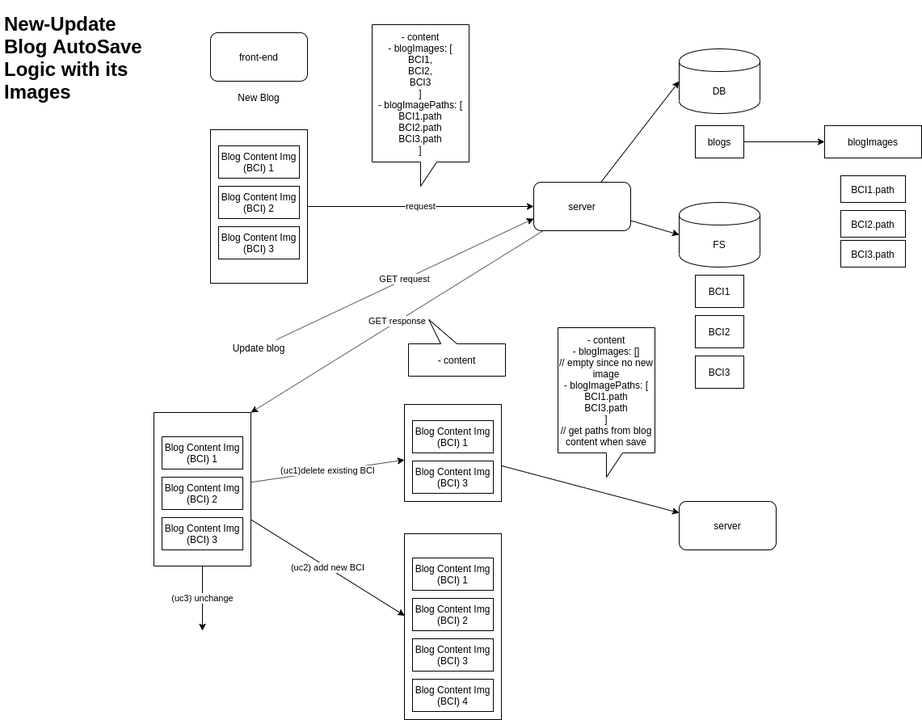
Above: AutoSave_New_Update_Blog_Logic.PNG in stsiwo/sts_blogs (draw.io), before the change. Source tidied: cells renumbered, new cells last; positions are measured from the earlier drawing's top-left corner, leaving out a move shared by most shapes.
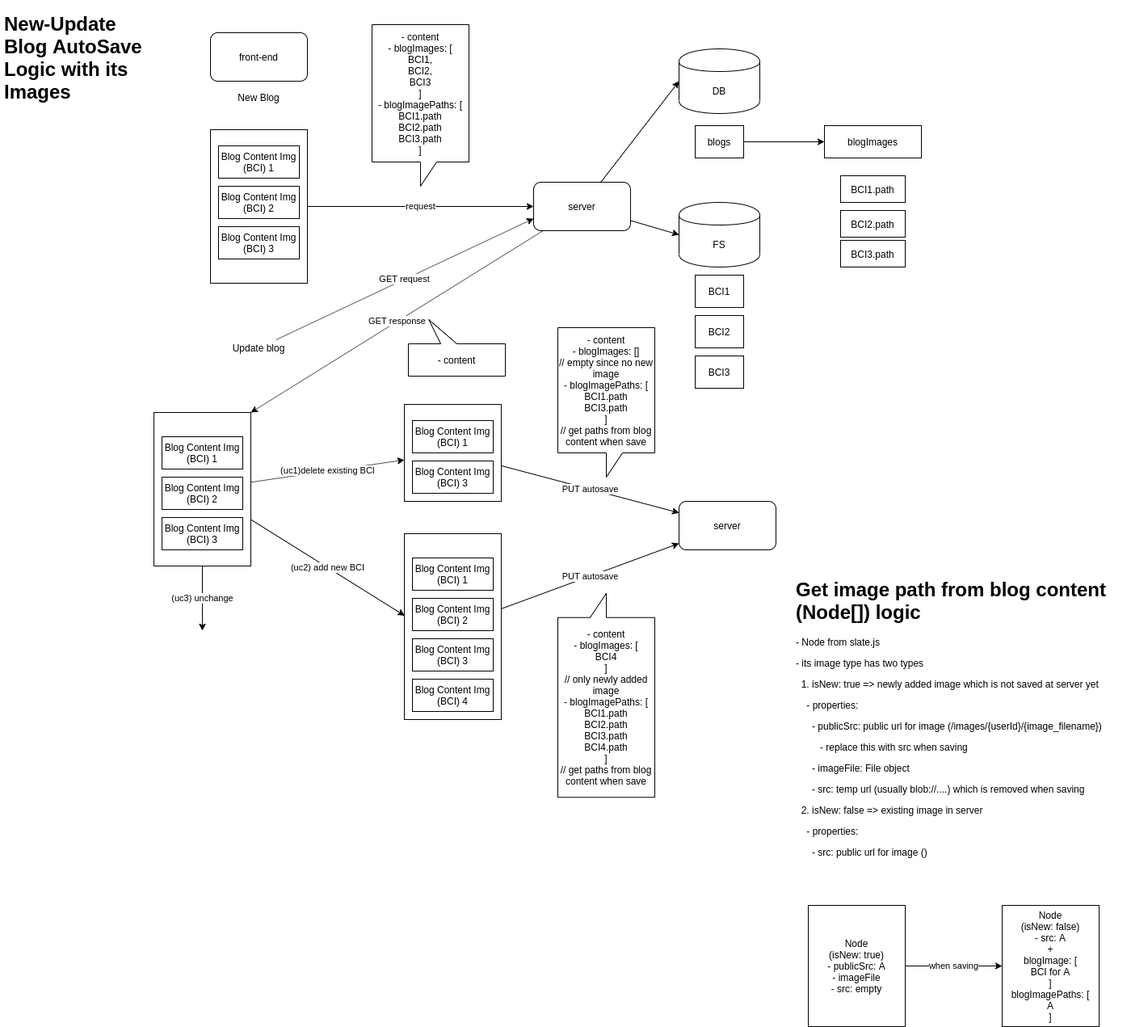
After the commit.

Diff of the diagram source:
```diff
@@ -97,7 +97,7 @@
     <mxCell id="32" style="rounded=0;whiteSpace=wrap;html=1;" parent="1" vertex="1">
       <mxGeometry x="190" y="500" width="120" height="190" as="geometry" />
     </mxCell>
-    <mxCell id="33" style="edgeStyle=none;rounded=0;jettySize=auto;html=1;" parent="1" edge="1" source="34" target="46">
+    <mxCell id="33" value="PUT autosave" style="edgeStyle=none;rounded=0;jettySize=auto;html=1;" parent="1" edge="1" source="34" target="46">
       <mxGeometry relative="1" as="geometry" />
     </mxCell>
     <mxCell id="34" style="rounded=0;whiteSpace=wrap;html=1;" parent="1" vertex="1">
@@ -121,6 +121,9 @@
     <mxCell id="40" value="Blog Content Img (BCI) 3" style="rounded=0;whiteSpace=wrap;html=1;" parent="1" vertex="1">
       <mxGeometry x="510" y="560" width="100" height="40" as="geometry" />
     </mxCell>
+    <mxCell id="48" value="PUT autosave" style="edgeStyle=none;rounded=0;jettySize=auto;html=1;" parent="1" edge="1" source="41" target="46">
+      <mxGeometry relative="1" as="geometry" />
+    </mxCell>
     <mxCell id="41" style="rounded=0;whiteSpace=wrap;html=1;" parent="1" vertex="1">
       <mxGeometry x="500" y="650" width="120" height="230" as="geometry" />
     </mxCell>
@@ -142,5 +145,20 @@
     <mxCell id="47" value="- content&lt;br&gt;- blogImages: []&lt;br&gt;// empty since no new image&lt;br&gt;- blogImagePaths: [&lt;br&gt;BCI1.path&lt;br&gt;BCI3.path&lt;br&gt;]&lt;br&gt;// get paths from blog content when save" style="shape=callout;whiteSpace=wrap;html=1;perimeter=calloutPerimeter;" parent="1" vertex="1">
       <mxGeometry x="690" y="395" width="120" height="185" as="geometry" />
     </mxCell>
+    <mxCell id="49" value="- content&lt;br&gt;- blogImages: [&lt;br&gt;BCI4&lt;br&gt;]&lt;br&gt;// only newly added image&lt;br&gt;- blogImagePaths: [&lt;br&gt;BCI1.path&lt;br&gt;BCI2.path&lt;br&gt;BCI3.path&lt;br&gt;BCI4.path&lt;br&gt;]&lt;br&gt;// get paths from blog content when save" style="shape=callout;whiteSpace=wrap;html=1;perimeter=calloutPerimeter;direction=west;" parent="1" vertex="1">
+      <mxGeometry x="690" y="723.8" width="120" height="252.5" as="geometry" />
+    </mxCell>
+    <mxCell id="50" value="&lt;h1&gt;Get image path from blog content (Node[]) logic&lt;/h1&gt;&lt;p&gt;- Node from slate.js&lt;/p&gt;&lt;p&gt;- its image type has two types&lt;/p&gt;&lt;p&gt;&amp;nbsp; 1. isNew: true =&amp;gt; newly added image which is not saved at server yet&lt;/p&gt;&lt;p&gt;&amp;nbsp; &amp;nbsp; - properties:&lt;/p&gt;&lt;p&gt;&amp;nbsp; &amp;nbsp; &amp;nbsp; - publicSrc: public url for image (/images/{userId}/{image_filename})&lt;/p&gt;&lt;p&gt;&amp;nbsp; &amp;nbsp; &amp;nbsp; &amp;nbsp; &amp;nbsp;- replace this with src when saving&lt;/p&gt;&lt;p&gt;&amp;nbsp; &amp;nbsp; &amp;nbsp; - imageFile: File object&lt;/p&gt;&lt;p&gt;&amp;nbsp; &amp;nbsp; &amp;nbsp; - src: temp url (usually blob://....) which is removed when saving&lt;/p&gt;&lt;p&gt;&amp;nbsp; 2. isNew: false =&amp;gt; existing image in server&lt;/p&gt;&lt;p&gt;&amp;nbsp; &amp;nbsp; - properties:&lt;/p&gt;&lt;p&gt;&amp;nbsp; &amp;nbsp; &amp;nbsp; - src: public url for image ()&lt;/p&gt;" style="text;html=1;strokeColor=none;fillColor=none;spacing=5;spacingTop=-20;whiteSpace=wrap;overflow=hidden;rounded=0;" parent="1" vertex="1">
+      <mxGeometry x="980" y="700" width="440" height="360" as="geometry" />
+    </mxCell>
+    <mxCell id="51" value="when saving" style="edgeStyle=none;rounded=0;jettySize=auto;html=1;" parent="1" edge="1" source="52" target="53">
+      <mxGeometry relative="1" as="geometry" />
+    </mxCell>
+    <mxCell id="52" value="Node&lt;br&gt;(isNew: true)&lt;br&gt;- publicSrc: A&lt;br&gt;- imageFile&lt;br&gt;- src: empty" style="rounded=0;whiteSpace=wrap;html=1;" parent="1" vertex="1">
+      <mxGeometry x="1000" y="1110" width="120" height="150" as="geometry" />
+    </mxCell>
+    <mxCell id="53" value="Node&lt;br&gt;(isNew: false)&lt;br&gt;- src: A&lt;br&gt;+&lt;br&gt;blogImage: [&lt;br&gt;BCI for A&lt;br&gt;]&lt;br&gt;blogImagePaths: [&lt;br&gt;A&lt;br&gt;]" style="rounded=0;whiteSpace=wrap;html=1;" parent="1" vertex="1">
+      <mxGeometry x="1240" y="1110" width="120" height="150" as="geometry" />
+    </mxCell>
   </root>
 </mxGraphModel>
```
